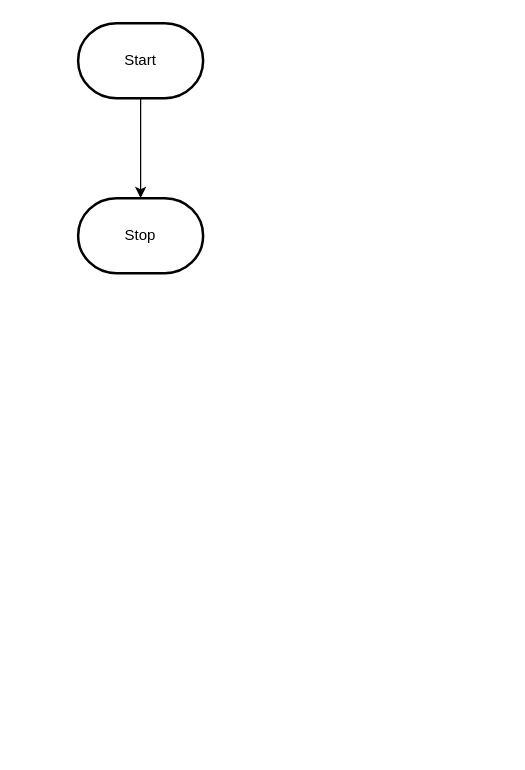
The draw.io diagram design/flowchart.drawio in MTHS-ICD2O-1-2023/ICD2O-Unit-5-01-yoochan-han, before the edit. Source tidied: cells renumbered, new cells numbered last; positions are measured from the earlier drawing's top-left corner, leaving out a move shared by most shapes. Both pictures are drawn from the tidied source at 125%, with x=0, y=0 at pixel (78, 22).
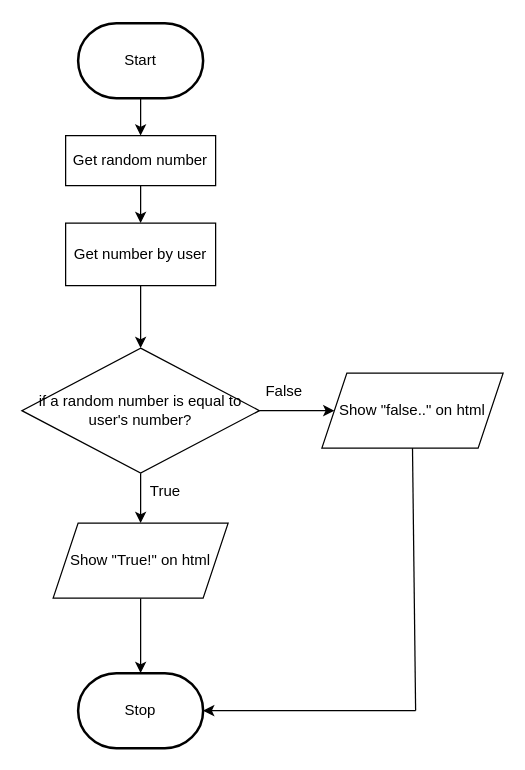
The same page after the edit.

Unchanged cells that the change refers to:
```xml
<mxCell id="3" value="Start" style="strokeWidth=2;html=1;shape=mxgraph.flowchart.terminator;whiteSpace=wrap;" parent="1" vertex="1">
  <mxGeometry width="100" height="60" as="geometry" />
</mxCell>
```

What changed in the source:
```diff
@@
-    <mxCell id="2" style="edgeStyle=orthogonalEdgeStyle;html=1;rounded=0;" parent="1" edge="1" source="3" target="4">
-      <mxGeometry relative="1" as="geometry" />
-    </mxCell>
+    <mxCell id="5" style="edgeStyle=none;html=1;exitX=0.5;exitY=1;exitDx=0;exitDy=0;exitPerimeter=0;entryX=0.5;entryY=0;entryDx=0;entryDy=0;" parent="1" edge="1" source="3" target="2">
+      <mxGeometry relative="1" as="geometry" />
+    </mxCell>
@@
     <mxCell id="4" value="Stop" style="strokeWidth=2;html=1;shape=mxgraph.flowchart.terminator;whiteSpace=wrap;" parent="1" vertex="1">
-      <mxGeometry y="140" width="100" height="60" as="geometry" />
+      <mxGeometry y="520" width="100" height="60" as="geometry" />
     </mxCell>
+    <mxCell id="6" style="edgeStyle=none;html=1;exitX=0.5;exitY=1;exitDx=0;exitDy=0;entryX=0.5;entryY=0;entryDx=0;entryDy=0;" parent="1" edge="1" source="2" target="8">
+      <mxGeometry relative="1" as="geometry" />
+    </mxCell>
+    <mxCell id="2" value="Get random number" style="rounded=0;whiteSpace=wrap;html=1;" parent="1" vertex="1">
+      <mxGeometry x="-10" y="90" width="120" height="40" as="geometry" />
+    </mxCell>
+    <mxCell id="7" style="edgeStyle=none;html=1;" parent="1" edge="1" source="8" target="11">
+      <mxGeometry relative="1" as="geometry" />
+    </mxCell>
+    <mxCell id="8" value="Get number by user" style="rounded=0;whiteSpace=wrap;html=1;" parent="1" vertex="1">
+      <mxGeometry x="-10" y="160" width="120" height="50" as="geometry" />
+    </mxCell>
+    <mxCell id="9" style="edgeStyle=none;html=1;entryX=0;entryY=0.5;entryDx=0;entryDy=0;" parent="1" edge="1" source="11" target="12">
+      <mxGeometry relative="1" as="geometry" />
+    </mxCell>
+    <mxCell id="10" style="edgeStyle=none;html=1;entryX=0.5;entryY=0;entryDx=0;entryDy=0;" parent="1" edge="1" source="11" target="14">
+      <mxGeometry relative="1" as="geometry" />
+    </mxCell>
+    <mxCell id="11" value="if a random number is equal to &lt;br&gt;user's number?" style="rhombus;whiteSpace=wrap;html=1;" parent="1" vertex="1">
+      <mxGeometry x="-45" y="260" width="190" height="100" as="geometry" />
+    </mxCell>
+    <mxCell id="12" value="Show &quot;false..&quot; on html" style="shape=parallelogram;perimeter=parallelogramPerimeter;whiteSpace=wrap;html=1;fixedSize=1;" parent="1" vertex="1">
+      <mxGeometry x="195" y="280" width="145" height="60" as="geometry" />
+    </mxCell>
+    <mxCell id="13" style="edgeStyle=none;html=1;entryX=0.5;entryY=0;entryDx=0;entryDy=0;entryPerimeter=0;" parent="1" edge="1" source="14" target="4">
+      <mxGeometry relative="1" as="geometry" />
+    </mxCell>
+    <mxCell id="14" value="Show &quot;True!&quot; on html" style="shape=parallelogram;perimeter=parallelogramPerimeter;whiteSpace=wrap;html=1;fixedSize=1;" parent="1" vertex="1">
+      <mxGeometry x="-20" y="400" width="140" height="60" as="geometry" />
+    </mxCell>
+    <mxCell id="15" style="endArrow=classic;html=1;entryX=1;entryY=0.5;entryDx=0;entryDy=0;entryPerimeter=0;" parent="1" edge="1" target="4">
+      <mxGeometry relative="1" as="geometry">
+        <mxPoint x="270" y="550" as="sourcePoint" />
+      </mxGeometry>
+    </mxCell>
+    <mxCell id="16" style="endArrow=none;html=1;entryX=0.5;entryY=1;entryDx=0;entryDy=0;" parent="1" edge="1" target="12">
+      <mxGeometry relative="1" as="geometry">
+        <mxPoint x="270" y="550" as="sourcePoint" />
+      </mxGeometry>
+    </mxCell>
+    <mxCell id="17" value="True" style="text;html=1;strokeColor=none;fillColor=none;align=center;verticalAlign=middle;whiteSpace=wrap;rounded=0;" parent="1" vertex="1">
+      <mxGeometry x="40" y="360" width="60" height="30" as="geometry" />
+    </mxCell>
+    <mxCell id="18" value="False" style="text;html=1;strokeColor=none;fillColor=none;align=center;verticalAlign=middle;whiteSpace=wrap;rounded=0;" parent="1" vertex="1">
+      <mxGeometry x="135" y="280" width="60" height="30" as="geometry" />
+    </mxCell>
```
